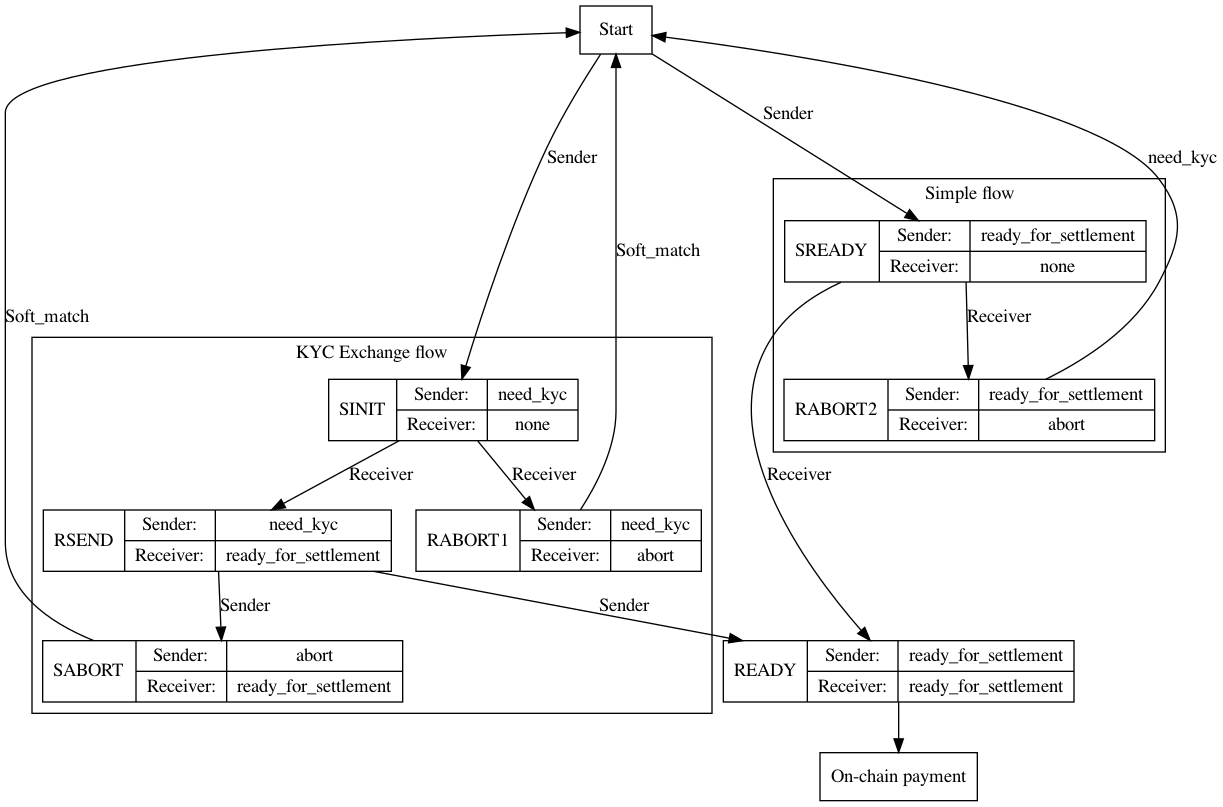
diem/off-chain-reference keeps this Graphviz diagram as docs/state_machine_simple.png. Above is the earlier version. Its source is kept beside it as docs/state_machine_simple.dot.
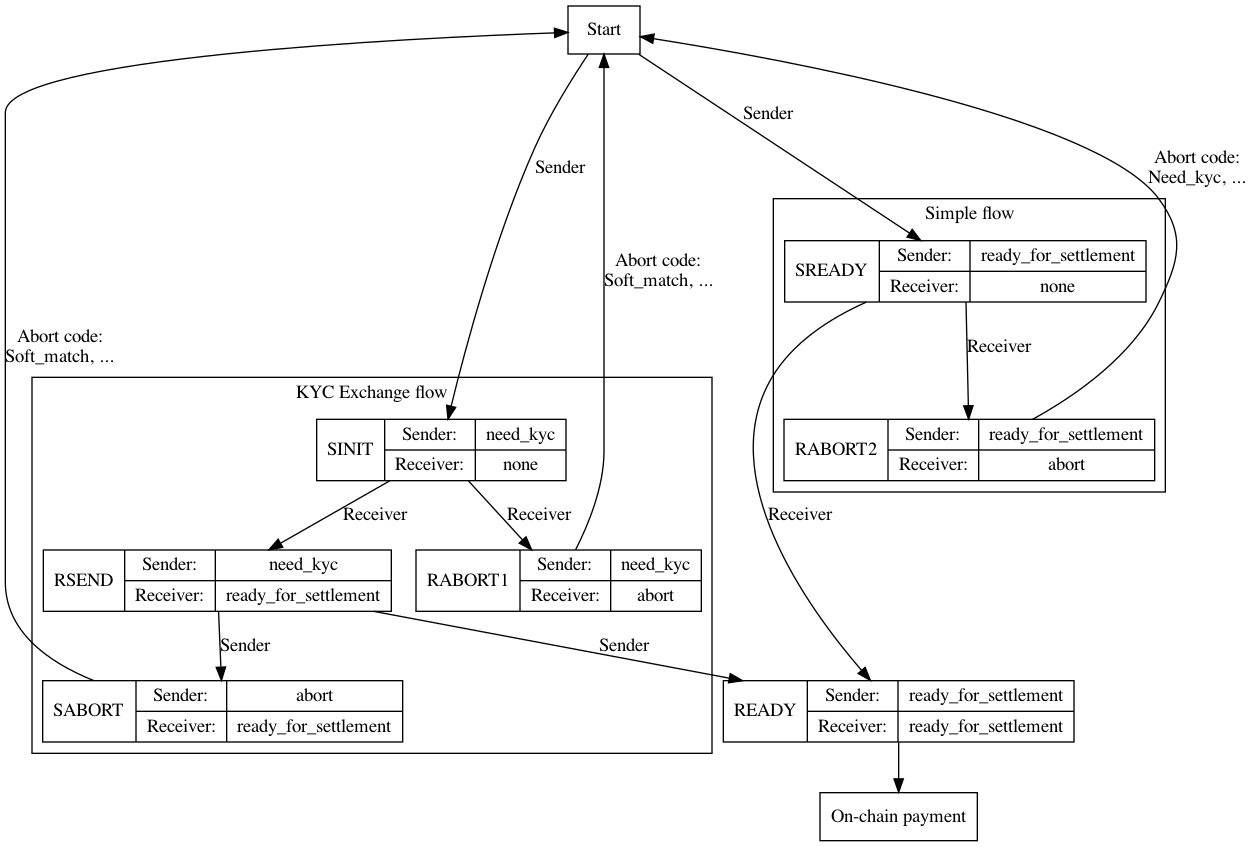
Above is the later version.

The edit, as a diff of the source:
```diff
@@ -38,9 +38,9 @@
   {rank=min; 0;}
   {rank=max; 999;}
 
-  9001 -> 0 [label = "Soft_match"];
-  9002 -> 0 [label = "Soft_match"];
-  9003 -> 0 [label = "need_kyc"];
+  9001 -> 0 [label = "Abort code:\nSoft_match, ..."];
+  9002 -> 0 [label = "Abort code:\nSoft_match, ..."];
+  9003 -> 0 [label = "Abort code:\nNeed_kyc, ..."];
 
 
 }
```
